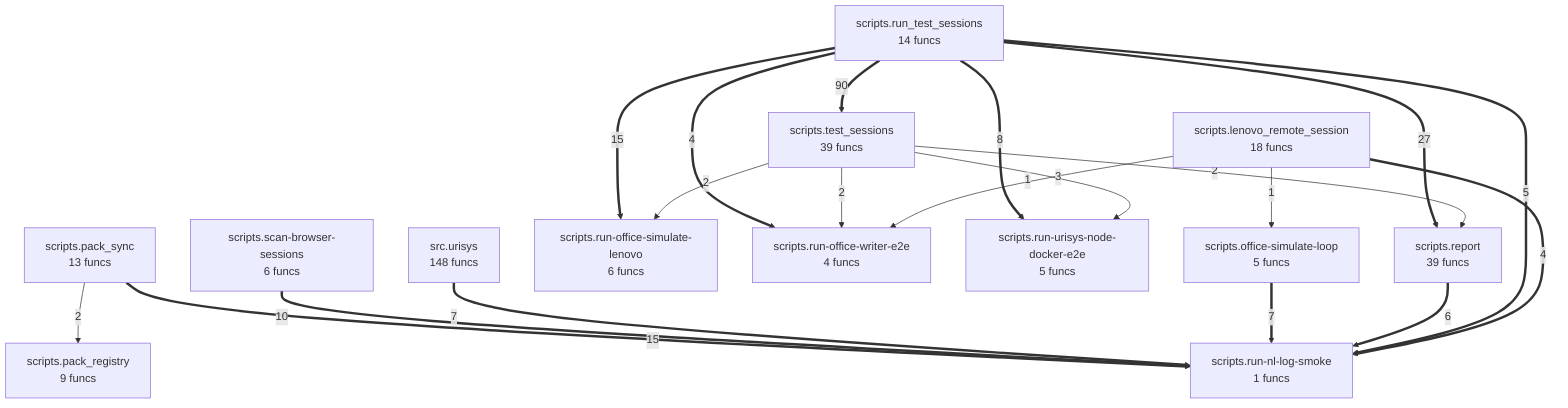
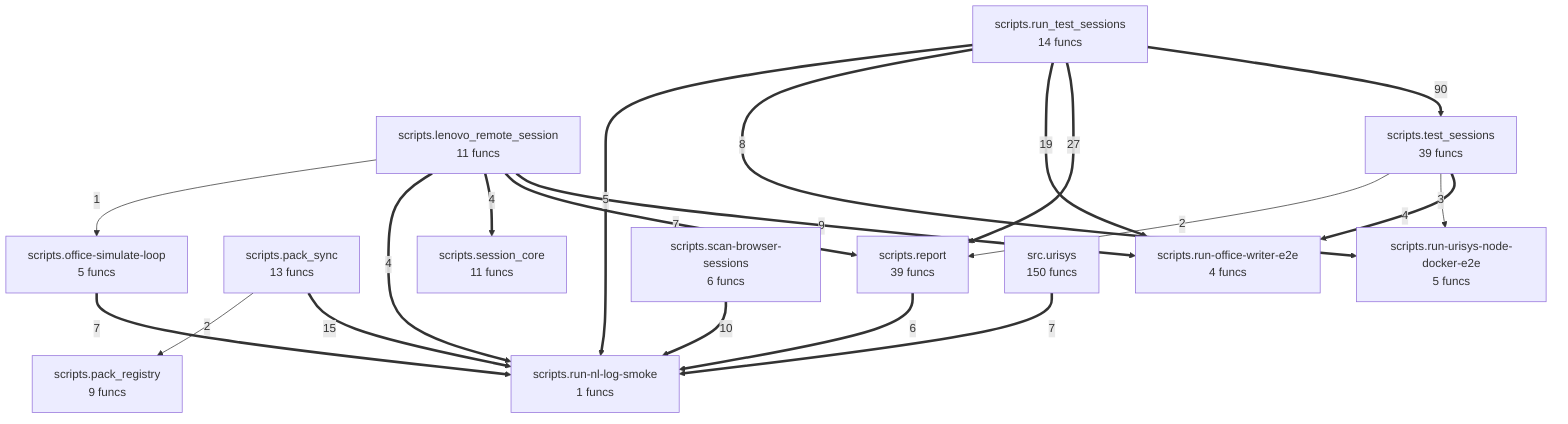
flowchart TD
%% generated in 0.01s
-     scripts__lenovo_remote_session["scripts.lenovo_remote_session<br/>18 funcs"]
+     scripts__lenovo_remote_session["scripts.lenovo_remote_session<br/>11 funcs"]
    scripts__office_simulate_loop["scripts.office-simulate-loop<br/>5 funcs"]
    scripts__pack_registry["scripts.pack_registry<br/>9 funcs"]
    scripts__pack_sync["scripts.pack_sync<br/>13 funcs"]
    scripts__report["scripts.report<br/>39 funcs"]
    scripts__run_nl_log_smoke["scripts.run-nl-log-smoke<br/>1 funcs"]
-     scripts__run_office_simulate_lenovo["scripts.run-office-simulate-lenovo<br/>6 funcs"]
    scripts__run_office_writer_e2e["scripts.run-office-writer-e2e<br/>4 funcs"]
    scripts__run_urisys_node_docker_e2e["scripts.run-urisys-node-docker-e2e<br/>5 funcs"]
    scripts__run_test_sessions["scripts.run_test_sessions<br/>14 funcs"]
    scripts__scan_browser_sessions["scripts.scan-browser-sessions<br/>6 funcs"]
+     scripts__session_core["scripts.session_core<br/>11 funcs"]
    scripts__test_sessions["scripts.test_sessions<br/>39 funcs"]
-     src__urisys["src.urisys<br/>148 funcs"]
+     src__urisys["src.urisys<br/>150 funcs"]
    scripts__run_test_sessions ==>|90| scripts__test_sessions
    scripts__run_test_sessions ==>|27| scripts__report
+     scripts__run_test_sessions ==>|19| scripts__run_office_writer_e2e
    scripts__pack_sync ==>|15| scripts__run_nl_log_smoke
-     scripts__run_test_sessions ==>|15| scripts__run_office_simulate_lenovo
    scripts__scan_browser_sessions ==>|10| scripts__run_nl_log_smoke
+     scripts__lenovo_remote_session ==>|9| scripts__run_office_writer_e2e
    scripts__run_test_sessions ==>|8| scripts__run_urisys_node_docker_e2e
    src__urisys ==>|7| scripts__run_nl_log_smoke
    scripts__office_simulate_loop ==>|7| scripts__run_nl_log_smoke
+     scripts__lenovo_remote_session ==>|7| scripts__report
    scripts__report ==>|6| scripts__run_nl_log_smoke
    scripts__run_test_sessions ==>|5| scripts__run_nl_log_smoke
-     scripts__run_test_sessions ==>|4| scripts__run_office_writer_e2e
+     scripts__test_sessions ==>|4| scripts__run_office_writer_e2e
+     scripts__lenovo_remote_session ==>|4| scripts__session_core
    scripts__lenovo_remote_session ==>|4| scripts__run_nl_log_smoke
    scripts__test_sessions -->|3| scripts__run_urisys_node_docker_e2e
-     scripts__test_sessions -->|2| scripts__run_office_simulate_lenovo
+     scripts__pack_sync -->|2| scripts__pack_registry
    scripts__test_sessions -->|2| scripts__report
-     scripts__test_sessions -->|2| scripts__run_office_writer_e2e
-     scripts__pack_sync -->|2| scripts__pack_registry
    scripts__lenovo_remote_session -->|1| scripts__office_simulate_loop
-     scripts__lenovo_remote_session -->|1| scripts__run_office_writer_e2e
